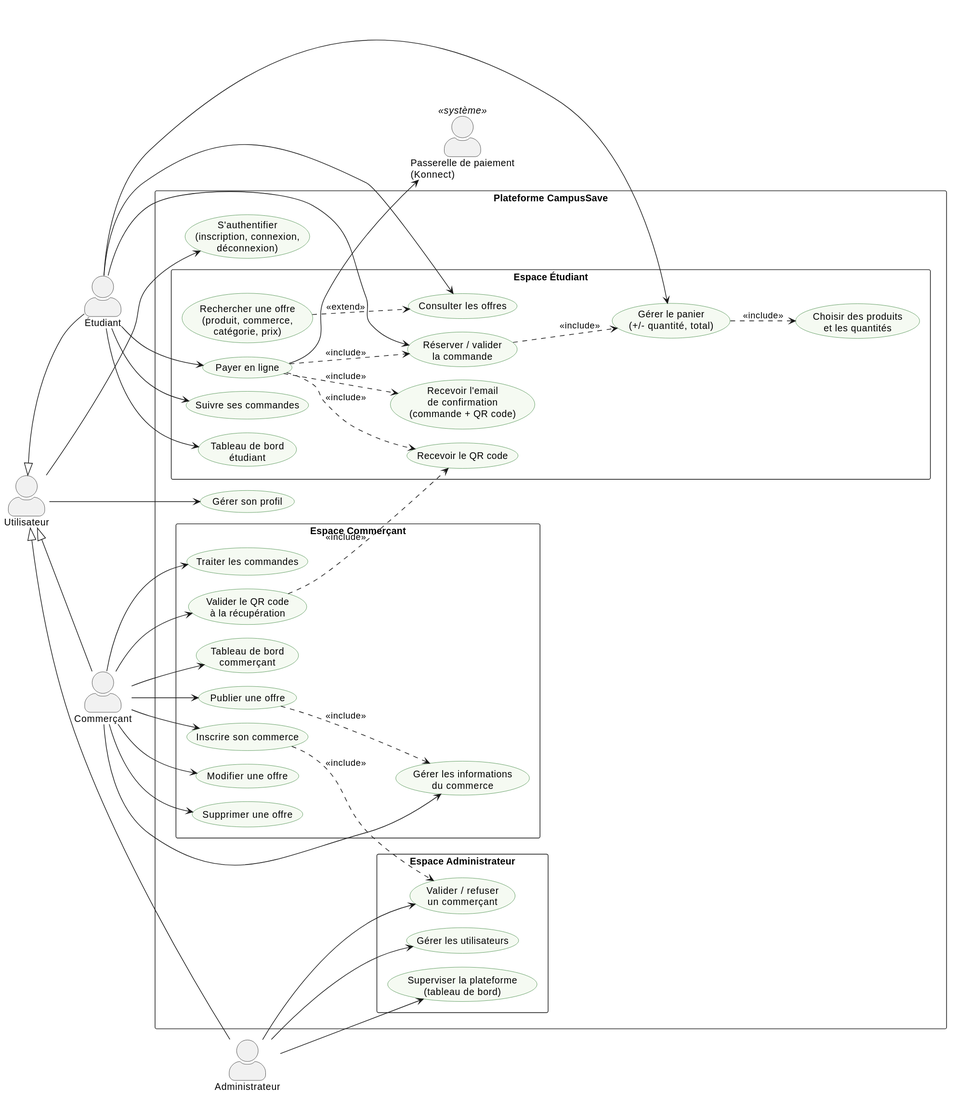
Earlier version of the PlantUML export docs/uml/diagramme_cas_utilisation_CampusSave.svg (RanimObaia/CAMPUSSAVE).
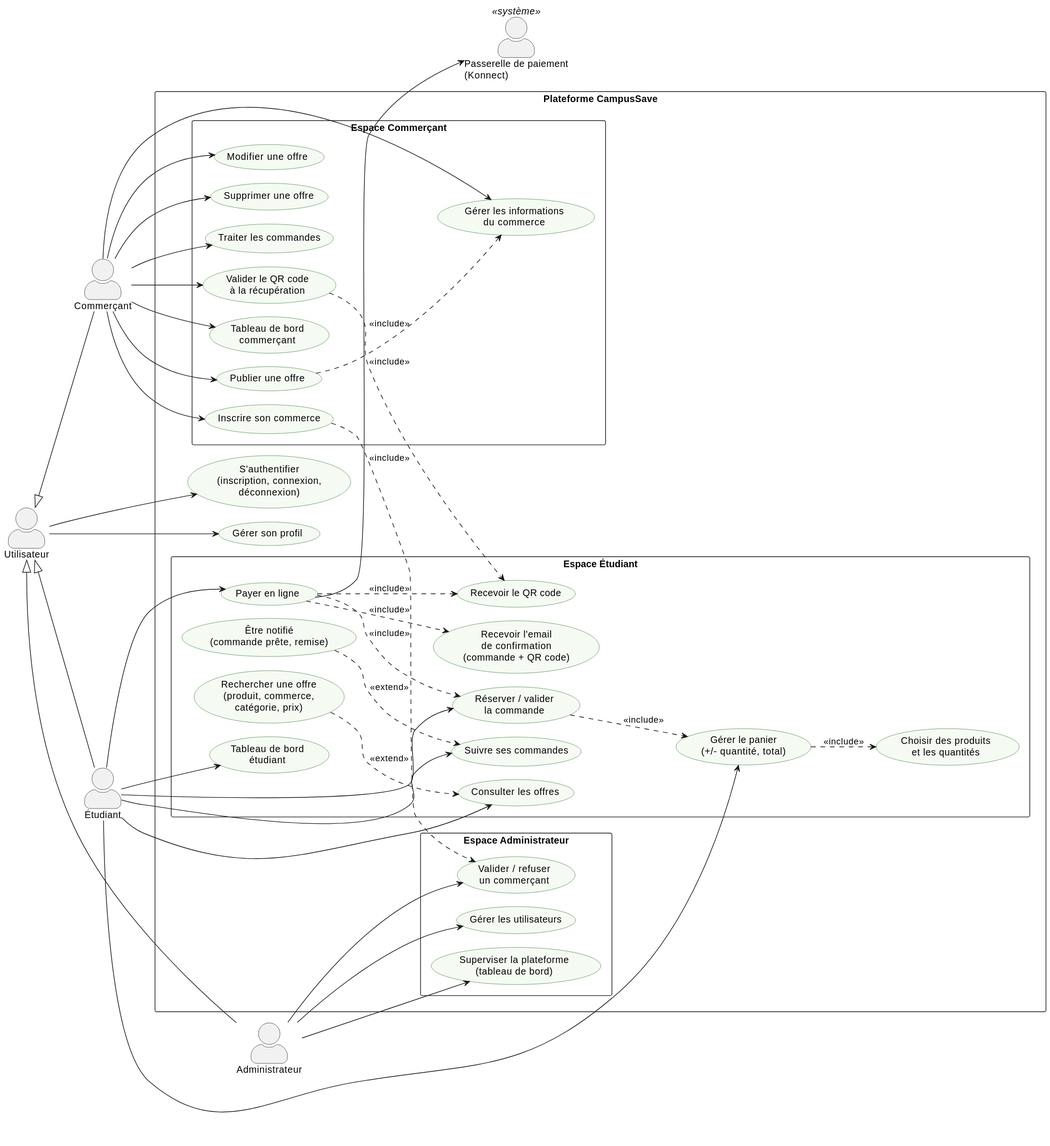
Above is the later version.

The edit, as a diff of the source:
```diff
@@ -31,6 +31,7 @@
     usecase "Recevoir le QR code" as QR
     usecase "Recevoir l'email\nde confirmation\n(commande + QR code)" as MAIL
     usecase "Suivre ses commandes" as SUIVI
+    usecase "Être notifié\n(commande prête, remise)" as NOTIF
     usecase "Tableau de bord\nétudiant" as DBE
   }
 
@@ -80,6 +81,7 @@
 ADM --> DBA
 
 REC ..> CONS : <<extend>>
+NOTIF ..> SUIVI : <<extend>>
 PAN ..> CHOIX : <<include>>
 RES ..> PAN : <<include>>
 PAY ..> RES : <<include>>
```
